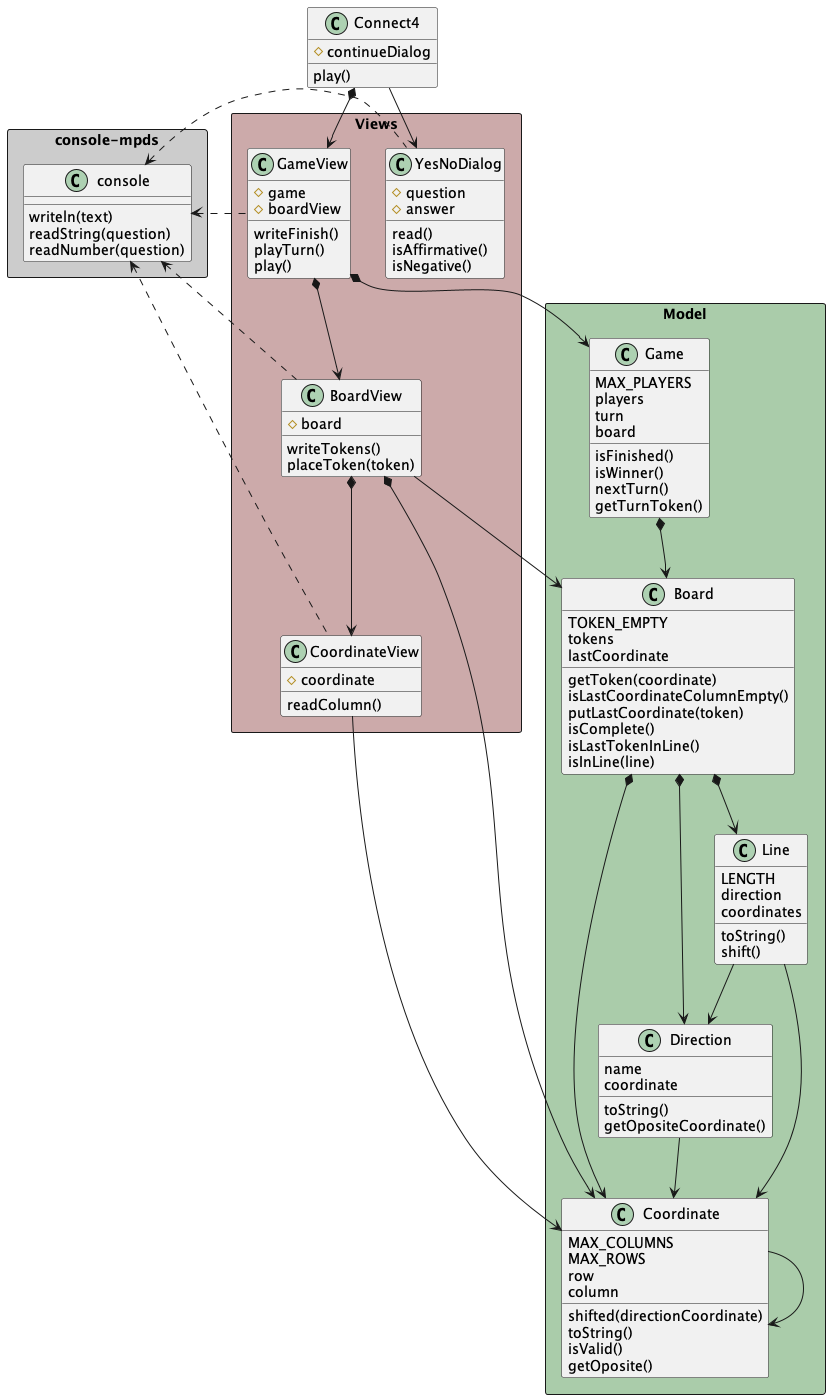
This is game-connect4/docs/diagrams/objectOriented/constructorFunction/class diagram/connect4_constructorFunction_classdiagram.png from mpaulaherrero/escuelaIT, a PlantUML export, as it was before one commit.
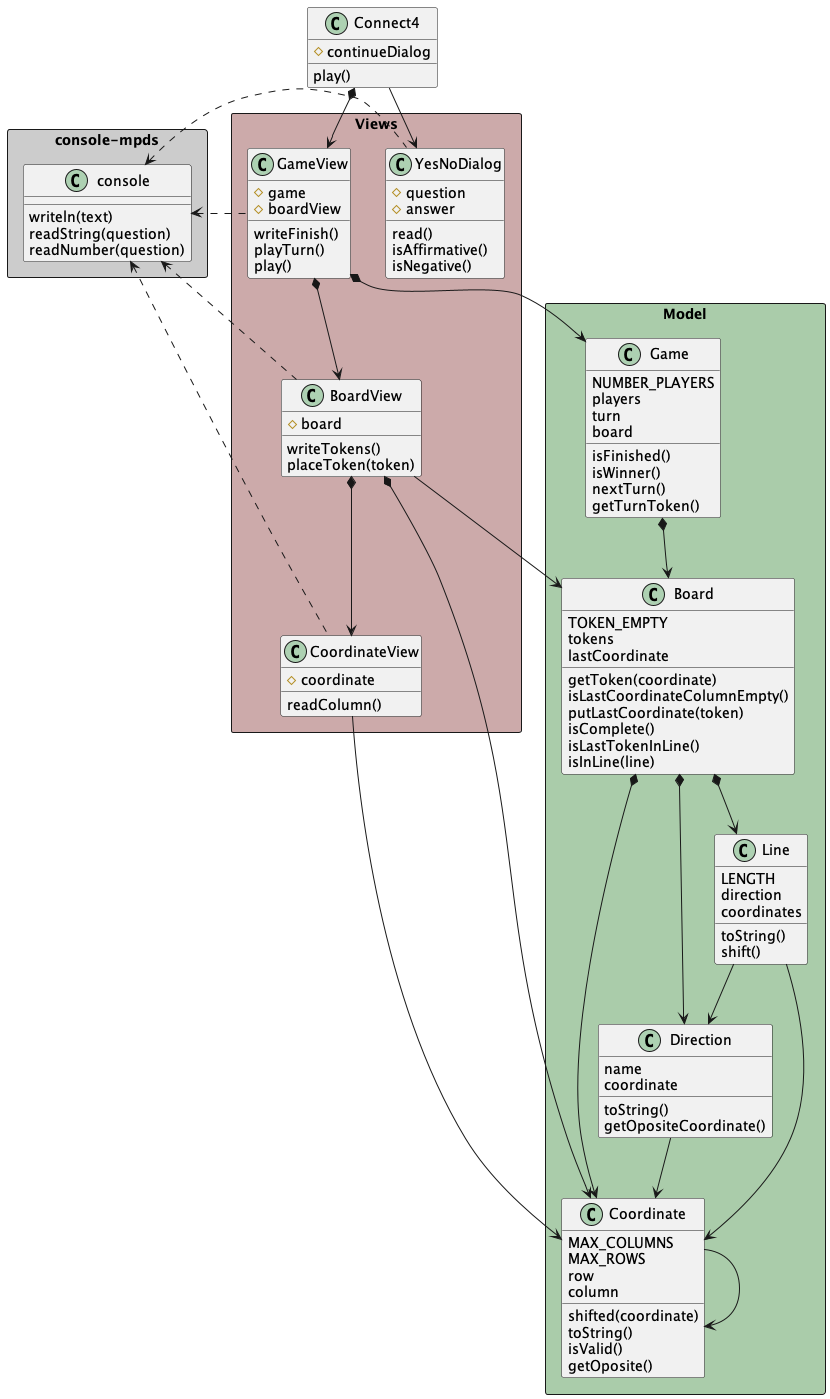
After the change.

Commit message:
NUMBER_PLAYERS y directionCoordinate

Change to the diagram source:
```diff
@@ -14,7 +14,7 @@
         MAX_ROWS
         row
         column
-        shifted(directionCoordinate)
+        shifted(coordinate)
         toString()
         isValid()
         getOposite()
@@ -48,7 +48,7 @@
     }
 
     class Game {
-        MAX_PLAYERS
+        NUMBER_PLAYERS
         players
         turn
         board
```
